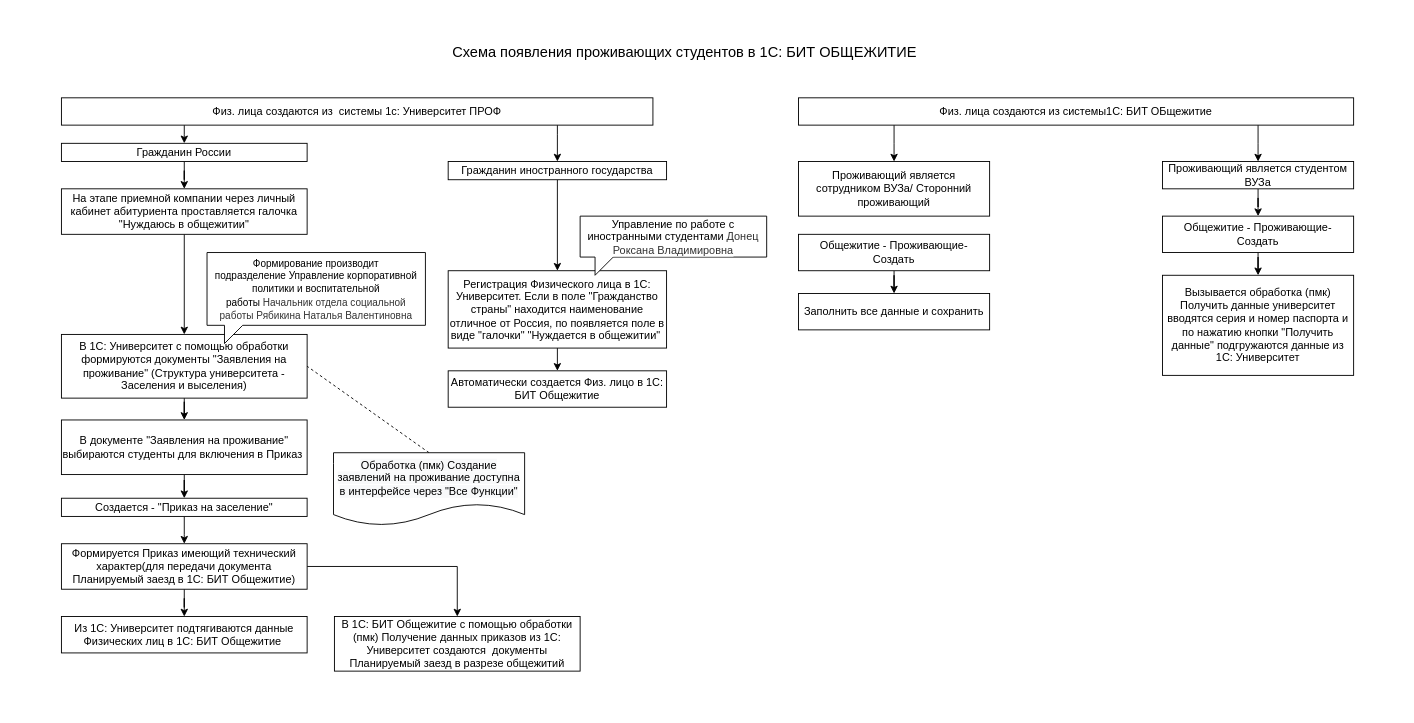
Above: 1C Общежитие.drawio in st00g21/MyRepo2 (draw.io), before the change. Source tidied: cells renumbered, new cells numbered last; positions are measured from the earlier drawing's top-left corner, leaving out a move shared by most shapes. Both pictures are drawn from the tidied source at 91%, with x=0, y=0 at pixel (15, 15).
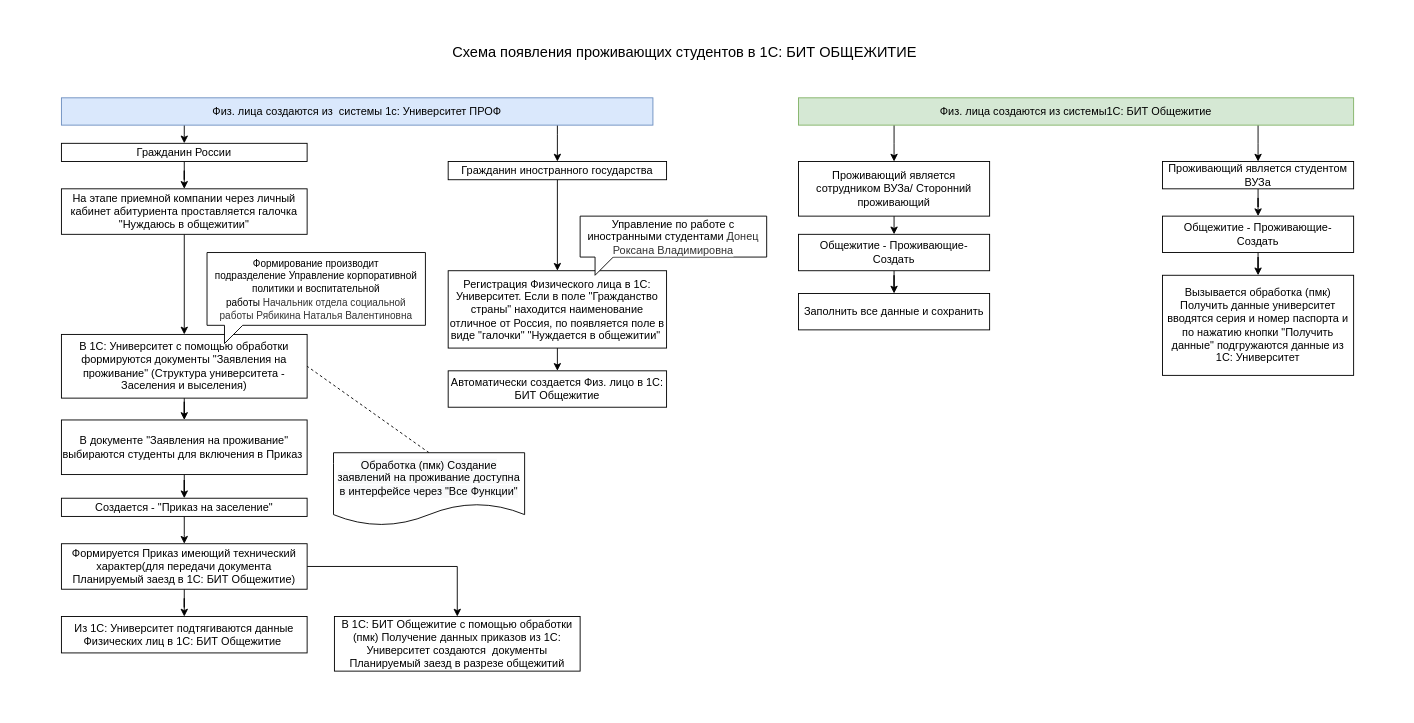
The same page after the edit.

Unchanged cells that the change refers to:
```xml
<mxCell id="37" value="Проживающий является сотрудником ВУЗа/ Сторонний проживающий" style="rounded=0;whiteSpace=wrap;html=1;" parent="1" vertex="1">
  <mxGeometry x="860" y="160" width="210" height="60" as="geometry" />
</mxCell>
<mxCell id="39" value="Общежитие - Проживающие- Создать" style="rounded=0;whiteSpace=wrap;html=1;" parent="1" vertex="1">
  <mxGeometry x="860" y="240" width="210" height="40" as="geometry" />
</mxCell>
```

What changed in the source:
```diff
@@
-    <mxCell id="10" value="Физ. лица создаются из системы1С: БИТ ОБщежитие" style="rounded=0;whiteSpace=wrap;html=1;" parent="1" vertex="1">
+    <mxCell id="10" value="Физ. лица создаются из системы1С: БИТ Общежитие" style="rounded=0;whiteSpace=wrap;html=1;fillColor=#d5e8d4;strokeColor=#82b366;" parent="1" vertex="1">
       <mxGeometry x="860" y="90" width="610" height="30" as="geometry" />
     </mxCell>
@@
-    <mxCell id="33" value="Физ. лица создаются из&amp;nbsp; системы 1с: Университет ПРОФ" style="rounded=0;whiteSpace=wrap;html=1;" parent="1" vertex="1">
+    <mxCell id="33" value="Физ. лица создаются из&amp;nbsp; системы 1с: Университет ПРОФ" style="rounded=0;whiteSpace=wrap;html=1;fillColor=#dae8fc;strokeColor=#6c8ebf;" parent="1" vertex="1">
       <mxGeometry x="50" y="90" width="650" height="30" as="geometry" />
     </mxCell>
@@
+    <mxCell id="44" style="edgeStyle=orthogonalEdgeStyle;rounded=0;jettySize=auto;html=1;exitX=0.5;exitY=1;exitDx=0;exitDy=0;entryX=0.5;entryY=0;entryDx=0;entryDy=0;" parent="1" edge="1" source="37" target="39">
+      <mxGeometry relative="1" as="geometry" />
+    </mxCell>
```
